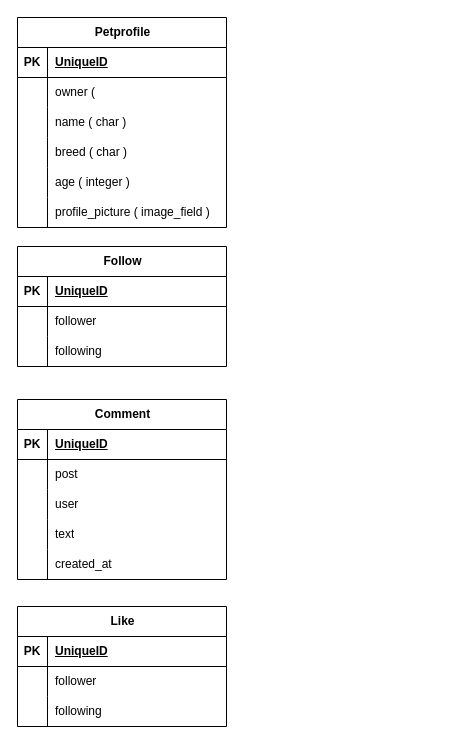
The draw.io diagram petgram.drawio in Wonjae98/Petgram, before the edit. Source tidied: cells renumbered, new cells numbered last; positions are measured from the earlier drawing's top-left corner, leaving out a move shared by most shapes. Both pictures are drawn from the tidied source at 100%, with x=0, y=0 at pixel (17, 17).
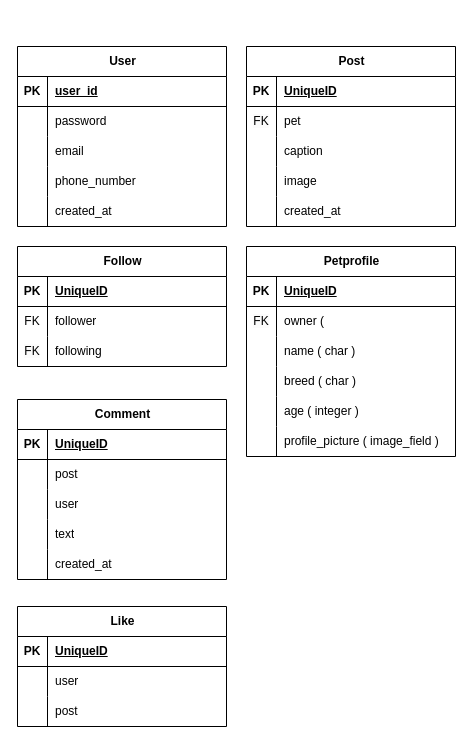
The same diagram, later.

Unchanged cells that the change refers to:
```xml
<mxCell id="6" style="shape=tableRow;horizontal=0;startSize=0;swimlaneHead=0;swimlaneBody=0;fillColor=none;top=0;left=0;right=0;bottom=0;" parent="2" vertex="1">
  <mxGeometry y="60" width="209" height="30" as="geometry" />
</mxCell>
<mxCell id="25" style="shape=tableRow;horizontal=0;startSize=0;swimlaneHead=0;swimlaneBody=0;fillColor=none;top=0;left=0;right=0;bottom=0;" parent="21" vertex="1">
  <mxGeometry y="60" width="209" height="30" as="geometry" />
</mxCell>
<mxCell id="28" style="shape=tableRow;horizontal=0;startSize=0;swimlaneHead=0;swimlaneBody=0;fillColor=none;top=0;left=0;right=0;bottom=0;" parent="21" vertex="1">
  <mxGeometry y="90" width="209" height="30" as="geometry" />
</mxCell>
<mxCell id="51" style="shape=tableRow;horizontal=0;startSize=0;swimlaneHead=0;swimlaneBody=0;fillColor=none;top=0;left=0;right=0;bottom=0;" parent="47" vertex="1">
  <mxGeometry y="60" width="209" height="30" as="geometry" />
</mxCell>
<mxCell id="54" style="shape=tableRow;horizontal=0;startSize=0;swimlaneHead=0;swimlaneBody=0;fillColor=none;top=0;left=0;right=0;bottom=0;" parent="47" vertex="1">
  <mxGeometry y="90" width="209" height="30" as="geometry" />
</mxCell>
```

Diff of the diagram source:
```diff
@@
     <mxCell id="2" value="Petprofile" style="shape=table;startSize=30;childLayout=tableLayout;rowLines=0;fontStyle=1;align=center;html=1;" parent="1" vertex="1">
-      <mxGeometry width="209" height="210" as="geometry" />
+      <mxGeometry x="229" y="229" width="209" height="210" as="geometry" />
     </mxCell>
@@
-    <mxCell id="7" style="shape=partialRectangle;fillColor=none;top=0;left=0;bottom=0;right=0;overflow=hidden;whiteSpace=wrap;html=1;" parent="6" vertex="1">
+    <mxCell id="7" value="&lt;span style=&quot;color: rgb(0, 0, 0); font-family: Helvetica; font-size: 12px; font-style: normal; font-variant-ligatures: normal; font-variant-caps: normal; font-weight: 400; letter-spacing: normal; orphans: 2; text-align: center; text-indent: 0px; text-transform: none; widows: 2; word-spacing: 0px; -webkit-text-stroke-width: 0px; background-color: rgb(251, 251, 251); text-decoration-thickness: initial; text-decoration-style: initial; text-decoration-color: initial; float: none; display: inline !important;&quot;&gt;FK&lt;/span&gt;" style="shape=partialRectangle;fillColor=none;top=0;left=0;bottom=0;right=0;overflow=hidden;whiteSpace=wrap;html=1;" parent="6" vertex="1">
       <mxGeometry width="30" height="30" as="geometry" />
     </mxCell>
@@
-    <mxCell id="26" style="shape=partialRectangle;fillColor=none;top=0;left=0;bottom=0;right=0;overflow=hidden;whiteSpace=wrap;html=1;" parent="25" vertex="1">
+    <mxCell id="26" value="FK" style="shape=partialRectangle;fillColor=none;top=0;left=0;bottom=0;right=0;overflow=hidden;whiteSpace=wrap;html=1;" parent="25" vertex="1">
       <mxGeometry width="30" height="30" as="geometry" />
     </mxCell>
@@
-    <mxCell id="29" style="shape=partialRectangle;fillColor=none;top=0;left=0;bottom=0;right=0;overflow=hidden;whiteSpace=wrap;html=1;" parent="28" vertex="1">
+    <mxCell id="29" value="&lt;span style=&quot;color: rgb(0, 0, 0); font-family: Helvetica; font-size: 12px; font-style: normal; font-variant-ligatures: normal; font-variant-caps: normal; font-weight: 400; letter-spacing: normal; orphans: 2; text-align: center; text-indent: 0px; text-transform: none; widows: 2; word-spacing: 0px; -webkit-text-stroke-width: 0px; background-color: rgb(251, 251, 251); text-decoration-thickness: initial; text-decoration-style: initial; text-decoration-color: initial; float: none; display: inline !important;&quot;&gt;FK&lt;/span&gt;" style="shape=partialRectangle;fillColor=none;top=0;left=0;bottom=0;right=0;overflow=hidden;whiteSpace=wrap;html=1;" parent="28" vertex="1">
       <mxGeometry width="30" height="30" as="geometry" />
     </mxCell>
@@
-    <mxCell id="53" value="follower" style="shape=partialRectangle;fillColor=none;top=0;left=0;bottom=0;right=0;align=left;spacingLeft=6;overflow=hidden;whiteSpace=wrap;html=1;" parent="51" vertex="1">
+    <mxCell id="53" value="user" style="shape=partialRectangle;fillColor=none;top=0;left=0;bottom=0;right=0;align=left;spacingLeft=6;overflow=hidden;whiteSpace=wrap;html=1;" parent="51" vertex="1">
       <mxGeometry x="30" width="179" height="30" as="geometry" />
     </mxCell>
@@
-    <mxCell id="56" value="following" style="shape=partialRectangle;fillColor=none;top=0;left=0;bottom=0;right=0;align=left;spacingLeft=6;overflow=hidden;whiteSpace=wrap;html=1;" parent="54" vertex="1">
+    <mxCell id="56" value="post" style="shape=partialRectangle;fillColor=none;top=0;left=0;bottom=0;right=0;align=left;spacingLeft=6;overflow=hidden;whiteSpace=wrap;html=1;" parent="54" vertex="1">
       <mxGeometry x="30" width="179" height="30" as="geometry" />
     </mxCell>
+    <mxCell id="57" value="Post" style="shape=table;startSize=30;childLayout=tableLayout;rowLines=0;fontStyle=1;align=center;html=1;" parent="1" vertex="1">
+      <mxGeometry x="229" y="29" width="209" height="180" as="geometry" />
+    </mxCell>
+    <mxCell id="58" style="shape=tableRow;horizontal=0;startSize=0;swimlaneHead=0;swimlaneBody=0;fillColor=none;top=0;left=0;right=0;bottom=1;" parent="57" vertex="1">
+      <mxGeometry y="30" width="209" height="30" as="geometry" />
+    </mxCell>
+    <mxCell id="59" value="PK" style="shape=partialRectangle;fillColor=none;top=0;left=0;bottom=0;right=0;fontStyle=1;overflow=hidden;whiteSpace=wrap;html=1;" parent="58" vertex="1">
+      <mxGeometry width="30" height="30" as="geometry" />
+    </mxCell>
+    <mxCell id="60" value="UniqueID" style="shape=partialRectangle;fillColor=none;top=0;left=0;bottom=0;right=0;align=left;spacingLeft=6;fontStyle=5;overflow=hidden;whiteSpace=wrap;html=1;" parent="58" vertex="1">
+      <mxGeometry x="30" width="179" height="30" as="geometry" />
+    </mxCell>
+    <mxCell id="61" style="shape=tableRow;horizontal=0;startSize=0;swimlaneHead=0;swimlaneBody=0;fillColor=none;top=0;left=0;right=0;bottom=0;" parent="57" vertex="1">
+      <mxGeometry y="60" width="209" height="30" as="geometry" />
+    </mxCell>
+    <mxCell id="62" value="&lt;span style=&quot;color: rgb(0, 0, 0); font-family: Helvetica; font-size: 12px; font-style: normal; font-variant-ligatures: normal; font-variant-caps: normal; font-weight: 400; letter-spacing: normal; orphans: 2; text-align: center; text-indent: 0px; text-transform: none; widows: 2; word-spacing: 0px; -webkit-text-stroke-width: 0px; background-color: rgb(251, 251, 251); text-decoration-thickness: initial; text-decoration-style: initial; text-decoration-color: initial; float: none; display: inline !important;&quot;&gt;FK&lt;/span&gt;" style="shape=partialRectangle;fillColor=none;top=0;left=0;bottom=0;right=0;overflow=hidden;whiteSpace=wrap;html=1;" parent="61" vertex="1">
+      <mxGeometry width="30" height="30" as="geometry" />
+    </mxCell>
+    <mxCell id="63" value="pet" style="shape=partialRectangle;fillColor=none;top=0;left=0;bottom=0;right=0;align=left;spacingLeft=6;overflow=hidden;whiteSpace=wrap;html=1;" parent="61" vertex="1">
+      <mxGeometry x="30" width="179" height="30" as="geometry" />
+    </mxCell>
+    <mxCell id="64" style="shape=tableRow;horizontal=0;startSize=0;swimlaneHead=0;swimlaneBody=0;fillColor=none;top=0;left=0;right=0;bottom=0;" parent="57" vertex="1">
+      <mxGeometry y="90" width="209" height="30" as="geometry" />
+    </mxCell>
+    <mxCell id="65" style="shape=partialRectangle;fillColor=none;top=0;left=0;bottom=0;right=0;overflow=hidden;whiteSpace=wrap;html=1;" parent="64" vertex="1">
+      <mxGeometry width="30" height="30" as="geometry" />
+    </mxCell>
+    <mxCell id="66" value="caption" style="shape=partialRectangle;fillColor=none;top=0;left=0;bottom=0;right=0;align=left;spacingLeft=6;overflow=hidden;whiteSpace=wrap;html=1;" parent="64" vertex="1">
+      <mxGeometry x="30" width="179" height="30" as="geometry" />
+    </mxCell>
+    <mxCell id="67" style="shape=tableRow;horizontal=0;startSize=0;swimlaneHead=0;swimlaneBody=0;fillColor=none;top=0;left=0;right=0;bottom=0;" parent="57" vertex="1">
+      <mxGeometry y="120" width="209" height="30" as="geometry" />
+    </mxCell>
+    <mxCell id="68" style="shape=partialRectangle;fillColor=none;top=0;left=0;bottom=0;right=0;overflow=hidden;whiteSpace=wrap;html=1;" parent="67" vertex="1">
+      <mxGeometry width="30" height="30" as="geometry" />
+    </mxCell>
+    <mxCell id="69" value="image" style="shape=partialRectangle;fillColor=none;top=0;left=0;bottom=0;right=0;align=left;spacingLeft=6;overflow=hidden;whiteSpace=wrap;html=1;" parent="67" vertex="1">
+      <mxGeometry x="30" width="179" height="30" as="geometry" />
+    </mxCell>
+    <mxCell id="70" style="shape=tableRow;horizontal=0;startSize=0;swimlaneHead=0;swimlaneBody=0;fillColor=none;top=0;left=0;right=0;bottom=0;" parent="57" vertex="1">
+      <mxGeometry y="150" width="209" height="30" as="geometry" />
+    </mxCell>
+    <mxCell id="71" style="shape=partialRectangle;fillColor=none;top=0;left=0;bottom=0;right=0;overflow=hidden;whiteSpace=wrap;html=1;" parent="70" vertex="1">
+      <mxGeometry width="30" height="30" as="geometry" />
+    </mxCell>
+    <mxCell id="72" value="created_at" style="shape=partialRectangle;fillColor=none;top=0;left=0;bottom=0;right=0;align=left;spacingLeft=6;overflow=hidden;whiteSpace=wrap;html=1;" parent="70" vertex="1">
+      <mxGeometry x="30" width="179" height="30" as="geometry" />
+    </mxCell>
+    <mxCell id="73" value="User" style="shape=table;startSize=30;childLayout=tableLayout;rowLines=0;fontStyle=1;align=center;html=1;" parent="1" vertex="1">
+      <mxGeometry y="29" width="209" height="180" as="geometry" />
+    </mxCell>
+    <mxCell id="74" style="shape=tableRow;horizontal=0;startSize=0;swimlaneHead=0;swimlaneBody=0;fillColor=none;top=0;left=0;right=0;bottom=1;" parent="73" vertex="1">
+      <mxGeometry y="30" width="209" height="30" as="geometry" />
+    </mxCell>
+    <mxCell id="75" value="PK" style="shape=partialRectangle;fillColor=none;top=0;left=0;bottom=0;right=0;fontStyle=1;overflow=hidden;whiteSpace=wrap;html=1;" parent="74" vertex="1">
+      <mxGeometry width="30" height="30" as="geometry" />
+    </mxCell>
+    <mxCell id="76" value="user_id" style="shape=partialRectangle;fillColor=none;top=0;left=0;bottom=0;right=0;align=left;spacingLeft=6;fontStyle=5;overflow=hidden;whiteSpace=wrap;html=1;" parent="74" vertex="1">
+      <mxGeometry x="30" width="179" height="30" as="geometry" />
+    </mxCell>
+    <mxCell id="77" style="shape=tableRow;horizontal=0;startSize=0;swimlaneHead=0;swimlaneBody=0;fillColor=none;top=0;left=0;right=0;bottom=0;" parent="73" vertex="1">
+      <mxGeometry y="60" width="209" height="30" as="geometry" />
+    </mxCell>
+    <mxCell id="78" style="shape=partialRectangle;fillColor=none;top=0;left=0;bottom=0;right=0;overflow=hidden;whiteSpace=wrap;html=1;" parent="77" vertex="1">
+      <mxGeometry width="30" height="30" as="geometry" />
+    </mxCell>
+    <mxCell id="79" value="password" style="shape=partialRectangle;fillColor=none;top=0;left=0;bottom=0;right=0;align=left;spacingLeft=6;overflow=hidden;whiteSpace=wrap;html=1;" parent="77" vertex="1">
+      <mxGeometry x="30" width="179" height="30" as="geometry" />
+    </mxCell>
+    <mxCell id="80" style="shape=tableRow;horizontal=0;startSize=0;swimlaneHead=0;swimlaneBody=0;fillColor=none;top=0;left=0;right=0;bottom=0;" parent="73" vertex="1">
+      <mxGeometry y="90" width="209" height="30" as="geometry" />
+    </mxCell>
+    <mxCell id="81" style="shape=partialRectangle;fillColor=none;top=0;left=0;bottom=0;right=0;overflow=hidden;whiteSpace=wrap;html=1;" parent="80" vertex="1">
+      <mxGeometry width="30" height="30" as="geometry" />
+    </mxCell>
+    <mxCell id="82" value="email" style="shape=partialRectangle;fillColor=none;top=0;left=0;bottom=0;right=0;align=left;spacingLeft=6;overflow=hidden;whiteSpace=wrap;html=1;" parent="80" vertex="1">
+      <mxGeometry x="30" width="179" height="30" as="geometry" />
+    </mxCell>
+    <mxCell id="83" style="shape=tableRow;horizontal=0;startSize=0;swimlaneHead=0;swimlaneBody=0;fillColor=none;top=0;left=0;right=0;bottom=0;" parent="73" vertex="1">
+      <mxGeometry y="120" width="209" height="30" as="geometry" />
+    </mxCell>
+    <mxCell id="84" style="shape=partialRectangle;fillColor=none;top=0;left=0;bottom=0;right=0;overflow=hidden;whiteSpace=wrap;html=1;" parent="83" vertex="1">
+      <mxGeometry width="30" height="30" as="geometry" />
+    </mxCell>
+    <mxCell id="85" value="phone_number" style="shape=partialRectangle;fillColor=none;top=0;left=0;bottom=0;right=0;align=left;spacingLeft=6;overflow=hidden;whiteSpace=wrap;html=1;" parent="83" vertex="1">
+      <mxGeometry x="30" width="179" height="30" as="geometry" />
+    </mxCell>
+    <mxCell id="86" style="shape=tableRow;horizontal=0;startSize=0;swimlaneHead=0;swimlaneBody=0;fillColor=none;top=0;left=0;right=0;bottom=0;" parent="73" vertex="1">
+      <mxGeometry y="150" width="209" height="30" as="geometry" />
+    </mxCell>
+    <mxCell id="87" style="shape=partialRectangle;fillColor=none;top=0;left=0;bottom=0;right=0;overflow=hidden;whiteSpace=wrap;html=1;" parent="86" vertex="1">
+      <mxGeometry width="30" height="30" as="geometry" />
+    </mxCell>
+    <mxCell id="88" value="created_at" style="shape=partialRectangle;fillColor=none;top=0;left=0;bottom=0;right=0;align=left;spacingLeft=6;overflow=hidden;whiteSpace=wrap;html=1;" parent="86" vertex="1">
+      <mxGeometry x="30" width="179" height="30" as="geometry" />
+    </mxCell>
```
